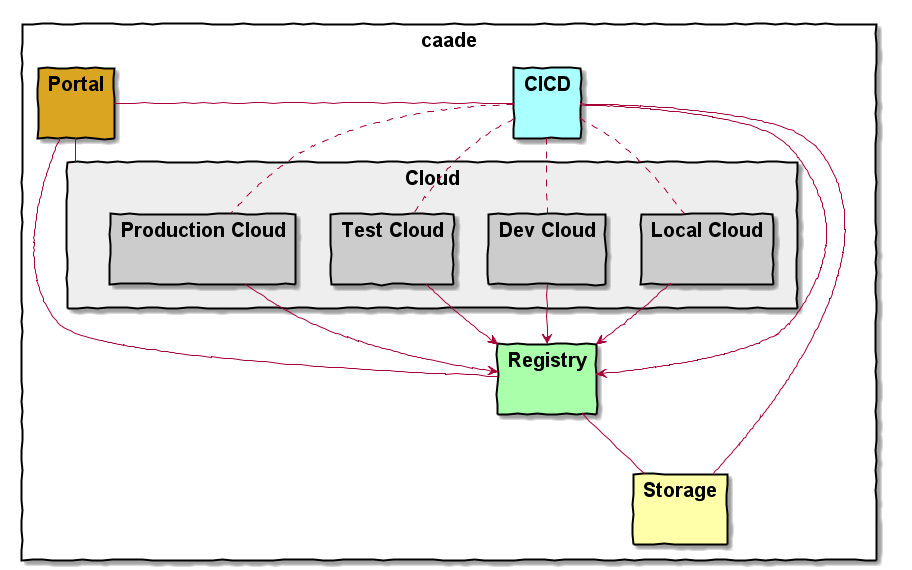
This is docs/Architecture.png from CAADE/CAADE, a PlantUML export, as it was before one commit. The source it was exported from:
```plantuml
@startuml

skinparam packageStyle rect
skinparam handwritten true
skinparam defaultFontName BasicHand
skinparam defaultFontSize 20

package caade {
    package Portal goldenrod { }
    package "CICD" #aaffff { }
    package "Storage" #ffffaa { }
    package "Registry" #aaffaa { }
    package "Cloud" #eee {
        package "Local Cloud" #ccc { }
        package "Dev Cloud" #ccc { }
        package "Test Cloud" #ccc { }
        package "Production Cloud" #ccc { }
    }
}

Portal - CICD
Portal - Registry
Portal - Cloud

CICD -> Registry
"Local Cloud" --> Registry
"Dev Cloud" --> Registry
"Test Cloud" --> Registry
"Production Cloud" --> Registry
Registry -- Storage
CICD -- Storage
CICD .. "Local Cloud"
CICD .. "Dev Cloud"
CICD .. "Test Cloud"
CICD .. "Production Cloud"

@enduml
```
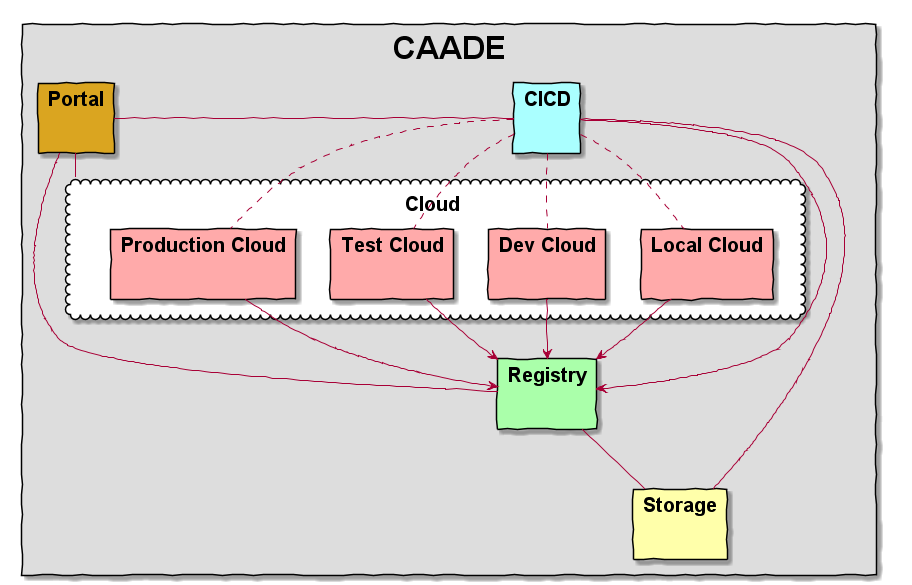
The same diagram one commit later.

What changed in the source:
```diff
@@ -2,19 +2,18 @@
 
 skinparam packageStyle rect
 skinparam handwritten true
-skinparam defaultFontName BasicHand
 skinparam defaultFontSize 20
 
-package caade {
+package <size:32>CAADE</size> #dddddd {
     package Portal goldenrod { }
     package "CICD" #aaffff { }
     package "Storage" #ffffaa { }
     package "Registry" #aaffaa { }
-    package "Cloud" #eee {
-        package "Local Cloud" #ccc { }
-        package "Dev Cloud" #ccc { }
-        package "Test Cloud" #ccc { }
-        package "Production Cloud" #ccc { }
+    cloud "Cloud" #ffffff {
+        package "Local Cloud" #ffaaaa { }
+        package "Dev Cloud" #ffaaaa { }
+        package "Test Cloud" #ffaaaa { }
+        package "Production Cloud" #ffaaaa { }
     }
 }
 
```
